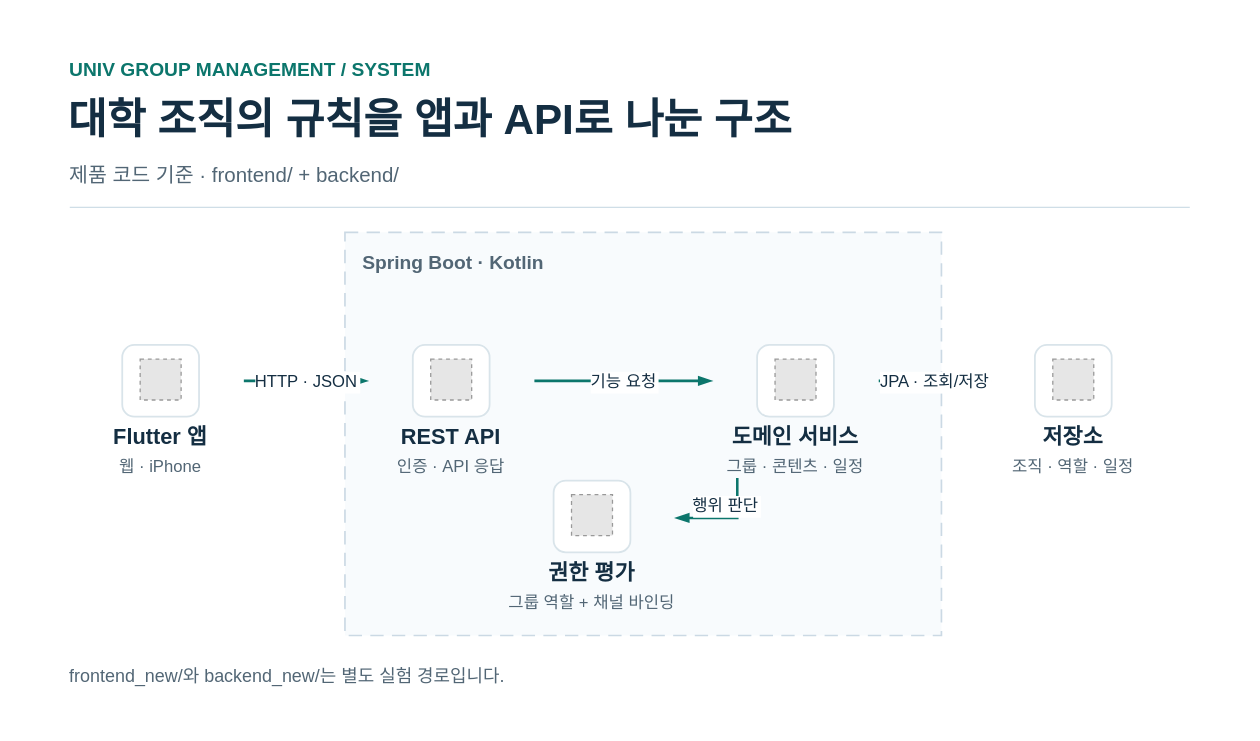
Above: docs/portfolio-readme/docs/portfolio/diagrams/system.drawio in SungKong00/univ_group_management (draw.io), before the change. Source tidied: cells renumbered, new cells numbered last; positions are measured from the earlier drawing's top-left corner, leaving out a move shared by most shapes. Both pictures are drawn from the tidied source at 128%, with x=0, y=0 at pixel (22, 22). Pictures stored in the file or linked from it are replaced by grey dashed boxes.
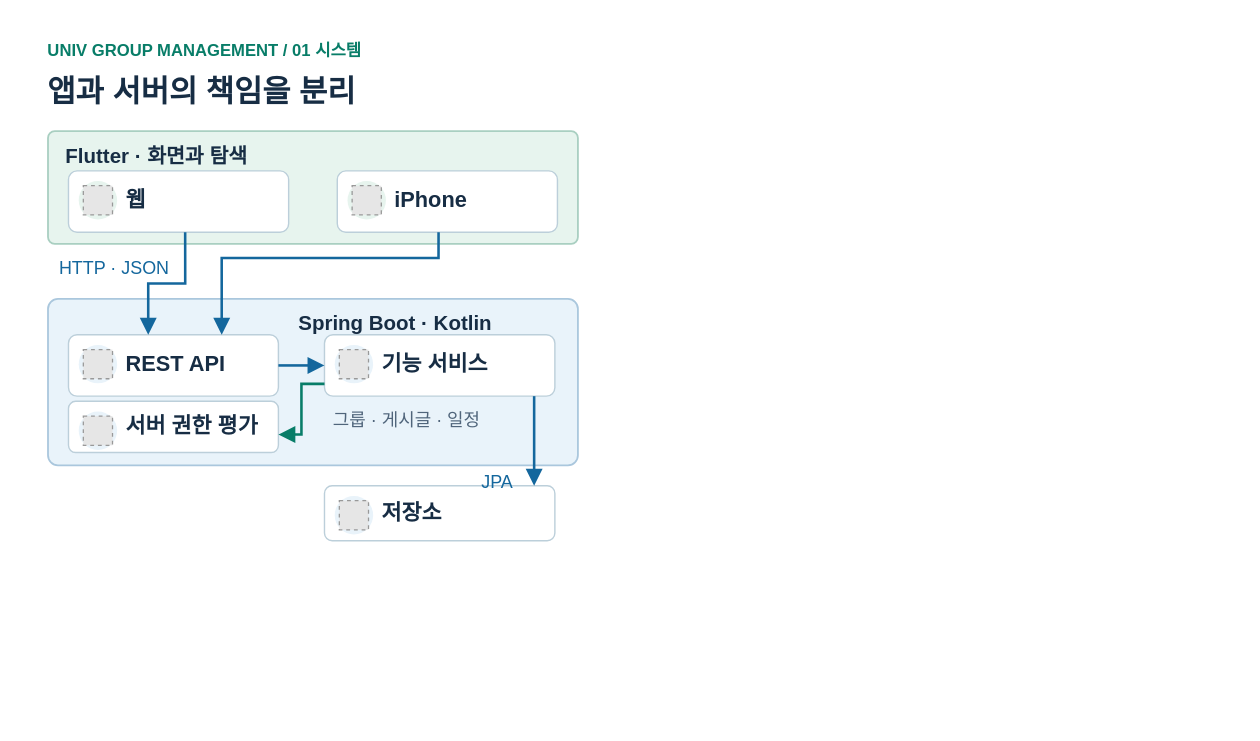
After the change.

Commit message (it also covers changes not shown here):
docs: redraw Univ Group architecture diagrams for README

What changed in the source:
```diff
@@
-    <mxCell id="2" style="fillColor=#FFFFFF;strokeColor=none;" parent="1" vertex="1">
-      <mxGeometry width="950" height="545" as="geometry" />
-    </mxCell>
-    <mxCell id="3" value="UNIV GROUP MANAGEMENT  /  SYSTEM" style="text;html=0;rounded=0;strokeColor=none;fillColor=none;verticalAlign=middle;align=left;whiteSpace=wrap;spacing=0;fontFamily=Arial;fontSize=15;fontStyle=1;fontColor=#0C766C;" parent="1" vertex="1">
-      <mxGeometry x="37" y="23" width="850" height="26" as="geometry" />
-    </mxCell>
-    <mxCell id="4" value="대학 조직의 규칙을 앱과 API로 나눈 구조" style="text;html=0;rounded=0;strokeColor=none;fillColor=none;verticalAlign=middle;align=left;whiteSpace=wrap;spacing=0;fontFamily=Arial;fontSize=33;fontStyle=1;fontColor=#142e42;" parent="1" vertex="1">
-      <mxGeometry x="36" y="53" width="880" height="46" as="geometry" />
-    </mxCell>
-    <mxCell id="5" value="제품 코드 기준  ·  frontend/ + backend/" style="text;html=0;rounded=0;strokeColor=none;fillColor=none;verticalAlign=middle;align=left;whiteSpace=wrap;spacing=0;fontFamily=Arial;fontSize=16;fontStyle=0;fontColor=#526675;" parent="1" vertex="1">
-      <mxGeometry x="37" y="106" width="880" height="25" as="geometry" />
-    </mxCell>
-    <mxCell id="6" style="fillColor=#CFDEE7;strokeColor=none;" parent="1" vertex="1">
-      <mxGeometry x="37" y="144" width="875" height="1" as="geometry" />
-    </mxCell>
-    <mxCell id="7" style="rounded=0;fillColor=#F8FBFD;strokeColor=#CBD9E4;strokeWidth=1.3;dashed=1;dashPattern=8 5;html=0;" parent="1" vertex="1">
-      <mxGeometry x="252" y="164" width="466" height="315" as="geometry" />
-    </mxCell>
+    <mxCell id="39" style="shape=rectangle;fillColor=#FFFFFF;strokeColor=none;" parent="1" vertex="1">
+      <mxGeometry width="454" height="416" as="geometry" />
+    </mxCell>
+    <mxCell id="40" value="UNIV GROUP MANAGEMENT  /  01  시스템" style="text;html=0;align=left;verticalAlign=middle;spacing=0;fontFamily=Apple SD Gothic Neo;fontSize=13;fontColor=#087D68;fontStyle=1;fillColor=none;strokeColor=none;whiteSpace=wrap;overflow=visible;" parent="1" vertex="1">
+      <mxGeometry x="20" y="12" width="414" height="19" as="geometry" />
+    </mxCell>
+    <mxCell id="41" value="앱과 서버의 책임을 분리" style="text;html=0;align=left;verticalAlign=middle;spacing=0;fontFamily=Apple SD Gothic Neo;fontSize=24;fontColor=#172D44;fontStyle=1;fillColor=none;strokeColor=none;whiteSpace=wrap;overflow=visible;" parent="1" vertex="1">
+      <mxGeometry x="20" y="37" width="414" height="36" as="geometry" />
+    </mxCell>
+    <mxCell id="9" style="rounded=1;arcSize=6;strokeWidth=1.4;strokeColor=#A9CFC1;fillColor=#E7F4EE;dashed=0;" parent="1" vertex="1">
+      <mxGeometry x="20" y="85" width="414" height="88" as="geometry" />
+    </mxCell>
+    <mxCell id="42" value="Flutter · 화면과 탐색" style="text;html=0;align=left;verticalAlign=middle;spacing=0;fontFamily=Apple SD Gothic Neo;fontSize=16;fontColor=#172D44;fontStyle=1;fillColor=none;strokeColor=none;whiteSpace=wrap;overflow=visible;" parent="1" vertex="1">
+      <mxGeometry x="34" y="92" width="392" height="23" as="geometry" />
+    </mxCell>
+    <mxCell id="43" style="rounded=1;arcSize=14;fillColor=#FFFFFF;strokeColor=#BCCFDA;strokeWidth=1.1;" parent="1" vertex="1">
+      <mxGeometry x="36" y="116" width="172" height="48" as="geometry" />
+    </mxCell>
+    <mxCell id="44" style="ellipse;fillColor=#E7F4EE;strokeColor=none;" parent="1" vertex="1">
+      <mxGeometry x="44" y="124" width="30" height="30" as="geometry" />
+    </mxCell>
+    <mxCell id="45" style="fillColor=#E6E6E6;strokeColor=#999999;dashed=1;" parent="1" vertex="1">
+      <mxGeometry x="47.6" y="127.6" width="22.8" height="22.8" as="geometry" />
+    </mxCell>
+    <mxCell id="46" value="웹" style="text;html=0;align=left;verticalAlign=middle;spacing=0;fontFamily=Apple SD Gothic Neo;fontSize=17;fontColor=#172D44;fontStyle=1;fillColor=none;strokeColor=none;whiteSpace=wrap;overflow=visible;" parent="1" vertex="1">
+      <mxGeometry x="81" y="116" width="123" height="48" as="geometry" />
+    </mxCell>
+    <mxCell id="47" style="rounded=1;arcSize=14;fillColor=#FFFFFF;strokeColor=#BCCFDA;strokeWidth=1.1;" parent="1" vertex="1">
+      <mxGeometry x="246" y="116" width="172" height="48" as="geometry" />
+    </mxCell>
+    <mxCell id="48" style="ellipse;fillColor=#E7F4EE;strokeColor=none;" parent="1" vertex="1">
+      <mxGeometry x="254" y="124" width="30" height="30" as="geometry" />
+    </mxCell>
+    <mxCell id="49" style="fillColor=#E6E6E6;strokeColor=#999999;dashed=1;" parent="1" vertex="1">
+      <mxGeometry x="257.6" y="127.6" width="22.8" height="22.8" as="geometry" />
+    </mxCell>
+    <mxCell id="50" value="iPhone" style="text;html=0;align=left;verticalAlign=middle;spacing=0;fontFamily=Apple SD Gothic Neo;fontSize=17;fontColor=#172D44;fontStyle=1;fillColor=none;strokeColor=none;whiteSpace=wrap;overflow=visible;" parent="1" vertex="1">
+      <mxGeometry x="291" y="116" width="123" height="48" as="geometry" />
+    </mxCell>
+    <mxCell id="51" style="rounded=1;arcSize=6;strokeWidth=1.4;strokeColor=#AAC7DD;fillColor=#E9F3FA;dashed=0;" parent="1" vertex="1">
+      <mxGeometry x="20" y="216" width="414" height="130" as="geometry" />
+    </mxCell>
-    <mxCell id="8" value="Spring Boot  ·  Kotlin" style="text;html=0;rounded=0;strokeColor=none;fillColor=none;verticalAlign=middle;align=left;whiteSpace=wrap;spacing=0;fontFamily=Arial;fontSize=15;fontStyle=1;fontColor=#526675;" parent="1" vertex="1">
-      <mxGeometry x="266" y="174" width="438" height="25" as="geometry" />
+    <mxCell id="8" value="Spring Boot · Kotlin" style="text;html=0;align=left;verticalAlign=middle;spacing=0;fontFamily=Apple SD Gothic Neo;fontSize=16;fontColor=#172D44;fontStyle=1;fillColor=none;strokeColor=none;whiteSpace=wrap;overflow=visible;" parent="1" vertex="1">
+      <mxGeometry x="216" y="223" width="200" height="23" as="geometry" />
     </mxCell>
-    <mxCell id="9" style="rounded=0;fillColor=none;strokeColor=none;whiteSpace=wrap;html=0;" parent="1" vertex="1">
-      <mxGeometry x="43" y="252" width="130" height="104" as="geometry" />
-    </mxCell>
-    <mxCell id="10" style="rounded=1;arcSize=17;fillColor=#ffffff;strokeColor=#D9E4EA;strokeWidth=1.4;html=0;" parent="9" vertex="1">
-      <mxGeometry x="35" width="60" height="56" as="geometry" />
-    </mxCell>
-    <mxCell id="11" style="fillColor=#E6E6E6;strokeColor=#999999;dashed=1;verticalLabelPosition=bottom;verticalAlign=top;" parent="9" vertex="1">
-      <mxGeometry x="49" y="11" width="32" height="32" as="geometry" />
-    </mxCell>
-    <mxCell id="12" value="Flutter 앱" style="text;html=0;rounded=0;strokeColor=none;fillColor=none;verticalAlign=middle;align=center;whiteSpace=wrap;spacing=0;fontFamily=Arial;fontSize=17;fontStyle=1;fontColor=#142e42;" parent="9" vertex="1">
-      <mxGeometry y="61" width="130" height="24" as="geometry" />
-    </mxCell>
-    <mxCell id="13" value="웹 · iPhone" style="text;html=0;rounded=0;strokeColor=none;fillColor=none;verticalAlign=middle;align=center;whiteSpace=wrap;spacing=0;fontFamily=Arial;fontSize=13;fontStyle=0;fontColor=#526675;" parent="9" vertex="1">
-      <mxGeometry y="85" width="130" height="19" as="geometry" />
-    </mxCell>
-    <mxCell id="14" style="rounded=0;fillColor=none;strokeColor=none;whiteSpace=wrap;html=0;" parent="1" vertex="1">
-      <mxGeometry x="270" y="252" width="130" height="104" as="geometry" />
+    <mxCell id="14" style="rounded=1;arcSize=14;fillColor=#FFFFFF;strokeColor=#BCCFDA;strokeWidth=1.1;" parent="1" vertex="1">
+      <mxGeometry x="36" y="244" width="164" height="48" as="geometry" />
     </mxCell>
-    <mxCell id="15" style="rounded=1;arcSize=17;fillColor=#ffffff;strokeColor=#D9E4EA;strokeWidth=1.4;html=0;" parent="14" vertex="1">
-      <mxGeometry x="35" width="60" height="56" as="geometry" />
-    </mxCell>
-    <mxCell id="16" style="fillColor=#E6E6E6;strokeColor=#999999;dashed=1;verticalLabelPosition=bottom;verticalAlign=top;" parent="14" vertex="1">
-      <mxGeometry x="49" y="11" width="32" height="32" as="geometry" />
-    </mxCell>
+    <mxCell id="52" style="ellipse;fillColor=#E9F3FA;strokeColor=none;" parent="1" vertex="1">
+      <mxGeometry x="44" y="252" width="30" height="30" as="geometry" />
+    </mxCell>
+    <mxCell id="53" style="fillColor=#E6E6E6;strokeColor=#999999;dashed=1;" parent="1" vertex="1">
+      <mxGeometry x="47.6" y="255.6" width="22.8" height="22.8" as="geometry" />
+    </mxCell>
-    <mxCell id="17" value="REST API" style="text;html=0;rounded=0;strokeColor=none;fillColor=none;verticalAlign=middle;align=center;whiteSpace=wrap;spacing=0;fontFamily=Arial;fontSize=17;fontStyle=1;fontColor=#142e42;" parent="14" vertex="1">
-      <mxGeometry y="61" width="130" height="24" as="geometry" />
+    <mxCell id="17" value="REST API" style="text;html=0;align=left;verticalAlign=middle;spacing=0;fontFamily=Apple SD Gothic Neo;fontSize=17;fontColor=#172D44;fontStyle=1;fillColor=none;strokeColor=none;whiteSpace=wrap;overflow=visible;" parent="1" vertex="1">
+      <mxGeometry x="81" y="244" width="115" height="48" as="geometry" />
     </mxCell>
-    <mxCell id="18" value="인증 · API 응답" style="text;html=0;rounded=0;strokeColor=none;fillColor=none;verticalAlign=middle;align=center;whiteSpace=wrap;spacing=0;fontFamily=Arial;fontSize=13;fontStyle=0;fontColor=#526675;" parent="14" vertex="1">
-      <mxGeometry y="85" width="130" height="19" as="geometry" />
-    </mxCell>
-    <mxCell id="19" style="rounded=0;fillColor=none;strokeColor=none;whiteSpace=wrap;html=0;" parent="1" vertex="1">
-      <mxGeometry x="539" y="252" width="130" height="104" as="geometry" />
-    </mxCell>
-    <mxCell id="20" style="rounded=1;arcSize=17;fillColor=#ffffff;strokeColor=#D9E4EA;strokeWidth=1.4;html=0;" parent="19" vertex="1">
-      <mxGeometry x="35" width="60" height="56" as="geometry" />
-    </mxCell>
-    <mxCell id="21" style="fillColor=#E6E6E6;strokeColor=#999999;dashed=1;verticalLabelPosition=bottom;verticalAlign=top;" parent="19" vertex="1">
-      <mxGeometry x="49" y="11" width="32" height="32" as="geometry" />
-    </mxCell>
-    <mxCell id="22" value="도메인 서비스" style="text;html=0;rounded=0;strokeColor=none;fillColor=none;verticalAlign=middle;align=center;whiteSpace=wrap;spacing=0;fontFamily=Arial;fontSize=17;fontStyle=1;fontColor=#142e42;" parent="19" vertex="1">
-      <mxGeometry y="61" width="130" height="24" as="geometry" />
-    </mxCell>
-    <mxCell id="23" value="그룹 · 콘텐츠 · 일정" style="text;html=0;rounded=0;strokeColor=none;fillColor=none;verticalAlign=middle;align=center;whiteSpace=wrap;spacing=0;fontFamily=Arial;fontSize=13;fontStyle=0;fontColor=#526675;" parent="19" vertex="1">
-      <mxGeometry y="85" width="130" height="19" as="geometry" />
-    </mxCell>
+    <mxCell id="54" style="rounded=1;arcSize=14;fillColor=#FFFFFF;strokeColor=#BCCFDA;strokeWidth=1.1;" parent="1" vertex="1">
+      <mxGeometry x="236" y="244" width="180" height="48" as="geometry" />
+    </mxCell>
+    <mxCell id="55" style="ellipse;fillColor=#E9F3FA;strokeColor=none;" parent="1" vertex="1">
+      <mxGeometry x="244" y="252" width="30" height="30" as="geometry" />
+    </mxCell>
+    <mxCell id="56" style="fillColor=#E6E6E6;strokeColor=#999999;dashed=1;" parent="1" vertex="1">
+      <mxGeometry x="247.6" y="255.6" width="22.8" height="22.8" as="geometry" />
+    </mxCell>
+    <mxCell id="57" value="기능 서비스" style="text;html=0;align=left;verticalAlign=middle;spacing=0;fontFamily=Apple SD Gothic Neo;fontSize=17;fontColor=#172D44;fontStyle=1;fillColor=none;strokeColor=none;whiteSpace=wrap;overflow=visible;" parent="1" vertex="1">
+      <mxGeometry x="281" y="244" width="131" height="48" as="geometry" />
+    </mxCell>
+    <mxCell id="29" style="rounded=1;arcSize=14;fillColor=#FFFFFF;strokeColor=#BCCFDA;strokeWidth=1.1;" parent="1" vertex="1">
+      <mxGeometry x="36" y="296" width="164" height="40" as="geometry" />
+    </mxCell>
+    <mxCell id="58" style="ellipse;fillColor=#E9F3FA;strokeColor=none;" parent="1" vertex="1">
+      <mxGeometry x="44" y="304" width="30" height="30" as="geometry" />
+    </mxCell>
+    <mxCell id="59" style="fillColor=#E6E6E6;strokeColor=#999999;dashed=1;" parent="1" vertex="1">
+      <mxGeometry x="47.6" y="307.6" width="22.8" height="22.8" as="geometry" />
+    </mxCell>
+    <mxCell id="60" value="서버 권한 평가" style="text;html=0;align=left;verticalAlign=middle;spacing=0;fontFamily=Apple SD Gothic Neo;fontSize=17;fontColor=#172D44;fontStyle=1;fillColor=none;strokeColor=none;whiteSpace=wrap;overflow=visible;" parent="1" vertex="1">
+      <mxGeometry x="81" y="296" width="115" height="40" as="geometry" />
+    </mxCell>
-    <mxCell id="24" style="rounded=0;fillColor=none;strokeColor=none;whiteSpace=wrap;html=0;" parent="1" vertex="1">
-      <mxGeometry x="756" y="252" width="130" height="104" as="geometry" />
+    <mxCell id="24" style="rounded=1;arcSize=14;fillColor=#FFFFFF;strokeColor=#BCCFDA;strokeWidth=1.1;" parent="1" vertex="1">
+      <mxGeometry x="236" y="362" width="180" height="43" as="geometry" />
     </mxCell>
-    <mxCell id="25" style="rounded=1;arcSize=17;fillColor=#ffffff;strokeColor=#D9E4EA;strokeWidth=1.4;html=0;" parent="24" vertex="1">
-      <mxGeometry x="35" width="60" height="56" as="geometry" />
-    </mxCell>
-    <mxCell id="26" style="fillColor=#E6E6E6;strokeColor=#999999;dashed=1;verticalLabelPosition=bottom;verticalAlign=top;" parent="24" vertex="1">
-      <mxGeometry x="49" y="11" width="32" height="32" as="geometry" />
-    </mxCell>
+    <mxCell id="61" style="ellipse;fillColor=#E9F3FA;strokeColor=none;" parent="1" vertex="1">
+      <mxGeometry x="244" y="370" width="30" height="30" as="geometry" />
+    </mxCell>
+    <mxCell id="62" style="fillColor=#E6E6E6;strokeColor=#999999;dashed=1;" parent="1" vertex="1">
+      <mxGeometry x="247.6" y="373.6" width="22.8" height="22.8" as="geometry" />
+    </mxCell>
-    <mxCell id="27" value="저장소" style="text;html=0;rounded=0;strokeColor=none;fillColor=none;verticalAlign=middle;align=center;whiteSpace=wrap;spacing=0;fontFamily=Arial;fontSize=17;fontStyle=1;fontColor=#142e42;" parent="24" vertex="1">
-      <mxGeometry y="61" width="130" height="24" as="geometry" />
+    <mxCell id="27" value="저장소" style="text;html=0;align=left;verticalAlign=middle;spacing=0;fontFamily=Apple SD Gothic Neo;fontSize=17;fontColor=#172D44;fontStyle=1;fillColor=none;strokeColor=none;whiteSpace=wrap;overflow=visible;" parent="1" vertex="1">
+      <mxGeometry x="281" y="362" width="131" height="43" as="geometry" />
     </mxCell>
-    <mxCell id="28" value="조직 · 역할 · 일정" style="text;html=0;rounded=0;strokeColor=none;fillColor=none;verticalAlign=middle;align=center;whiteSpace=wrap;spacing=0;fontFamily=Arial;fontSize=13;fontStyle=0;fontColor=#526675;" parent="24" vertex="1">
-      <mxGeometry y="85" width="130" height="19" as="geometry" />
-    </mxCell>
-    <mxCell id="29" style="rounded=0;fillColor=none;strokeColor=none;whiteSpace=wrap;html=0;" parent="1" vertex="1">
-      <mxGeometry x="380" y="358" width="130" height="104" as="geometry" />
-    </mxCell>
-    <mxCell id="30" style="rounded=1;arcSize=17;fillColor=#ffffff;strokeColor=#D9E4EA;strokeWidth=1.4;html=0;" parent="29" vertex="1">
-      <mxGeometry x="35" width="60" height="56" as="geometry" />
-    </mxCell>
-    <mxCell id="31" style="fillColor=#E6E6E6;strokeColor=#999999;dashed=1;verticalLabelPosition=bottom;verticalAlign=top;" parent="29" vertex="1">
-      <mxGeometry x="49" y="11" width="32" height="32" as="geometry" />
-    </mxCell>
-    <mxCell id="32" value="권한 평가" style="text;html=0;rounded=0;strokeColor=none;fillColor=none;verticalAlign=middle;align=center;whiteSpace=wrap;spacing=0;fontFamily=Arial;fontSize=17;fontStyle=1;fontColor=#142e42;" parent="29" vertex="1">
-      <mxGeometry y="61" width="130" height="24" as="geometry" />
-    </mxCell>
-    <mxCell id="33" value="그룹 역할 + 채널 바인딩" style="text;html=0;rounded=0;strokeColor=none;fillColor=none;verticalAlign=middle;align=center;whiteSpace=wrap;spacing=0;fontFamily=Arial;fontSize=13;fontStyle=0;fontColor=#526675;" parent="29" vertex="1">
-      <mxGeometry y="85" width="130" height="19" as="geometry" />
-    </mxCell>
+    <mxCell id="63" style="edgeStyle=orthogonalEdgeStyle;rounded=0;html=0;strokeColor=#14679D;strokeWidth=2;endArrow=block;endFill=1;endSize=8;dashed=0;dashPattern=5 5;exitX=0.53;exitY=1;entryX=0.38;entryY=0;exitPerimeter=0;entryPerimeter=0;" parent="1" edge="1" source="43" target="14">
+      <mxGeometry relative="1" as="geometry" />
+    </mxCell>
+    <mxCell id="64" style="edgeStyle=orthogonalEdgeStyle;rounded=0;html=0;strokeColor=#14679D;strokeWidth=2;endArrow=block;endFill=1;endSize=8;dashed=0;dashPattern=5 5;exitX=0.46;exitY=1;entryX=0.73;entryY=0;exitPerimeter=0;entryPerimeter=0;" parent="1" edge="1" source="47" target="14">
+      <mxGeometry relative="1" as="geometry">
+        <Array as="points">
+          <mxPoint x="325" y="184" />
+          <mxPoint x="156" y="184" />
+        </Array>
+      </mxGeometry>
+    </mxCell>
+    <mxCell id="65" style="edgeStyle=orthogonalEdgeStyle;rounded=0;html=0;strokeColor=#14679D;strokeWidth=2;endArrow=block;endFill=1;endSize=8;dashed=0;dashPattern=5 5;exitX=1;exitY=0.5;entryX=0;entryY=0.5;exitPerimeter=0;entryPerimeter=0;" parent="1" edge="1" source="14" target="54">
+      <mxGeometry relative="1" as="geometry" />
+    </mxCell>
+    <mxCell id="66" style="edgeStyle=orthogonalEdgeStyle;rounded=0;html=0;strokeColor=#087D68;strokeWidth=2;endArrow=block;endFill=1;endSize=8;dashed=0;dashPattern=5 5;exitX=0;exitY=0.8;entryX=1;entryY=0.65;exitPerimeter=0;entryPerimeter=0;" parent="1" edge="1" source="54" target="29">
+      <mxGeometry relative="1" as="geometry">
+        <Array as="points">
+          <mxPoint x="218" y="282" />
+          <mxPoint x="218" y="322" />
+        </Array>
+      </mxGeometry>
+    </mxCell>
+    <mxCell id="67" style="edgeStyle=orthogonalEdgeStyle;rounded=0;html=0;strokeColor=#14679D;strokeWidth=2;endArrow=block;endFill=1;endSize=8;dashed=0;dashPattern=5 5;exitX=0.91;exitY=1;entryX=0.91;entryY=0;exitPerimeter=0;entryPerimeter=0;" parent="1" edge="1" source="54" target="24">
+      <mxGeometry relative="1" as="geometry" />
+    </mxCell>
+    <mxCell id="68" value="그룹 · 게시글 · 일정" style="text;html=0;align=left;verticalAlign=middle;spacing=0;fontFamily=Apple SD Gothic Neo;fontSize=14;fontColor=#50657B;fontStyle=0;fillColor=none;strokeColor=none;whiteSpace=wrap;overflow=visible;" parent="1" vertex="1">
+      <mxGeometry x="243" y="302" width="160" height="18" as="geometry" />
+    </mxCell>
-    <mxCell id="34" value="HTTP · JSON" style="edgeStyle=orthogonalEdgeStyle;rounded=0;html=0;endArrow=blockThin;endFill=1;strokeWidth=2;strokeColor=#0C766C;fontColor=#142e42;fontSize=13;fontFamily=Arial;labelBackgroundColor=#ffffff;exitX=1;exitY=0.27;entryX=0;entryY=0.27;" parent="1" edge="1" source="9" target="14">
-      <mxGeometry relative="1" as="geometry" />
+    <mxCell id="34" value="HTTP · JSON" style="text;html=0;align=left;verticalAlign=middle;spacing=0;fontFamily=Apple SD Gothic Neo;fontSize=14;fontColor=#14679D;fontStyle=0;fillColor=none;strokeColor=none;whiteSpace=wrap;overflow=visible;" parent="1" vertex="1">
+      <mxGeometry x="29" y="183" width="90" height="18" as="geometry" />
     </mxCell>
-    <mxCell id="35" value="기능 요청" style="edgeStyle=orthogonalEdgeStyle;rounded=0;html=0;endArrow=blockThin;endFill=1;strokeWidth=2;strokeColor=#0C766C;fontColor=#142e42;fontSize=13;fontFamily=Arial;labelBackgroundColor=#ffffff;exitX=1;exitY=0.27;entryX=0;entryY=0.27;" parent="1" edge="1" source="14" target="19">
-      <mxGeometry relative="1" as="geometry" />
-    </mxCell>
-    <mxCell id="36" value="JPA · 조회/저장" style="edgeStyle=orthogonalEdgeStyle;rounded=0;html=0;endArrow=blockThin;endFill=1;strokeWidth=2;strokeColor=#0C766C;fontColor=#142e42;fontSize=13;fontFamily=Arial;labelBackgroundColor=#ffffff;exitX=1;exitY=0.27;entryX=0;entryY=0.27;" parent="1" edge="1" source="19" target="24">
-      <mxGeometry relative="1" as="geometry" />
-    </mxCell>
-    <mxCell id="37" value="행위 판단" style="edgeStyle=orthogonalEdgeStyle;rounded=0;html=0;endArrow=blockThin;endFill=1;strokeWidth=2;strokeColor=#0C766C;fontColor=#142e42;fontSize=13;fontFamily=Arial;labelBackgroundColor=#ffffff;exitX=0.15;exitY=1;entryX=1;entryY=0.28;" parent="1" edge="1" source="19" target="29">
-      <mxGeometry relative="1" as="geometry">
-        <Array as="points">
-          <mxPoint x="558" y="387" />
-        </Array>
-        <mxPoint y="-10" as="offset" />
-      </mxGeometry>
-    </mxCell>
-    <mxCell id="38" value="frontend_new/와 backend_new/는 별도 실험 경로입니다." style="text;html=0;rounded=0;strokeColor=none;fillColor=none;verticalAlign=middle;align=left;whiteSpace=wrap;spacing=0;fontFamily=Arial;fontSize=14;fontStyle=0;fontColor=#526675;" parent="1" vertex="1">
-      <mxGeometry x="37" y="496" width="880" height="29" as="geometry" />
-    </mxCell>
+    <mxCell id="69" value="JPA" style="text;html=0;align=left;verticalAlign=middle;spacing=0;fontFamily=Apple SD Gothic Neo;fontSize=14;fontColor=#14679D;fontStyle=0;fillColor=none;strokeColor=none;whiteSpace=wrap;overflow=visible;" parent="1" vertex="1">
+      <mxGeometry x="359" y="350" width="42" height="18" as="geometry" />
+    </mxCell>
```
